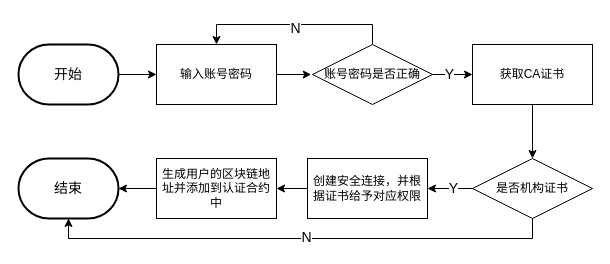
The draw.io diagram 未命名绘图.drawio in zhenxix/drawio, before the edit. Source tidied: cells renumbered, new cells numbered last; positions are measured from the earlier drawing's top-left corner, leaving out a move shared by most shapes. Both pictures are drawn from the tidied source at 100%, with x=0, y=0 at pixel (18, 44).
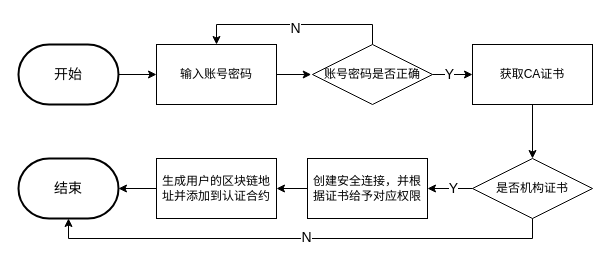
Above is the later version.

Commit message:
更新未命名绘图.drawio

What changed in the source:
```diff
@@
-    <mxCell id="21" value="&lt;p class=&quot;MsoNormal&quot;&gt;&lt;font style=&quot;font-size: 12px;&quot;&gt;生成用户的区块链地址并添加到认证合约中&lt;/font&gt;&lt;/p&gt;" style="rounded=0;whiteSpace=wrap;html=1;" parent="1" vertex="1">
+    <mxCell id="21" value="&lt;p class=&quot;MsoNormal&quot;&gt;&lt;font style=&quot;font-size: 12px;&quot;&gt;生成用户的区块链地址并添加到认证合约&lt;/font&gt;&lt;/p&gt;" style="rounded=0;whiteSpace=wrap;html=1;" parent="1" vertex="1">
       <mxGeometry x="138" y="114" width="120" height="60" as="geometry" />
     </mxCell>
```
